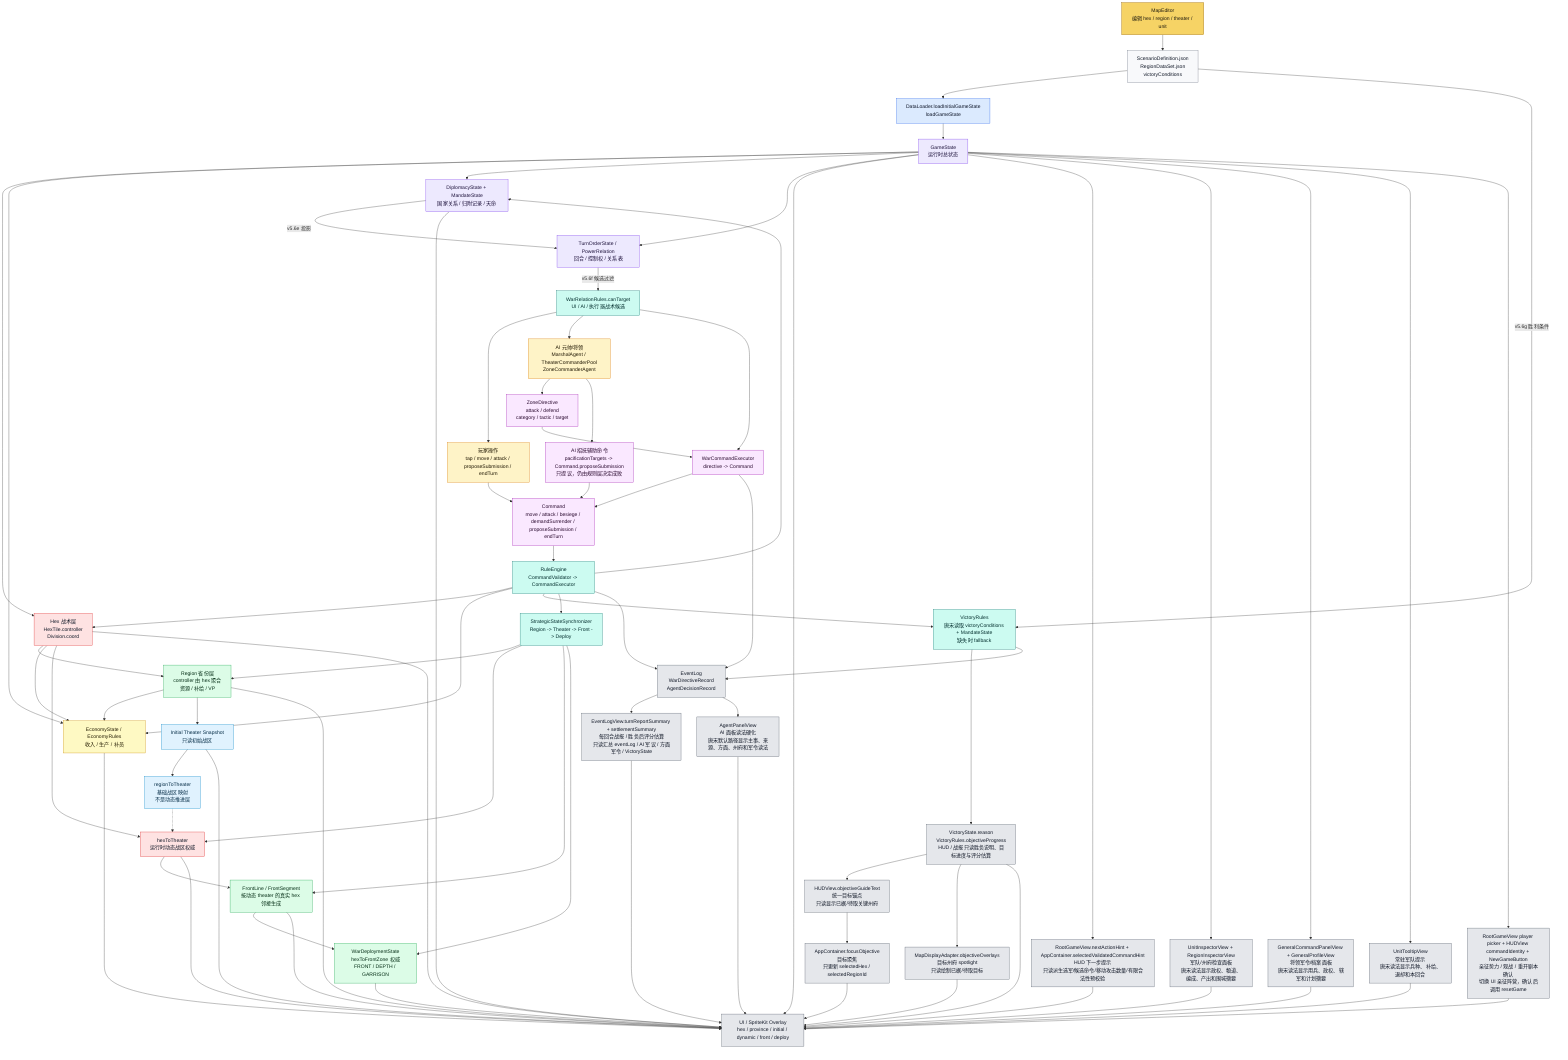
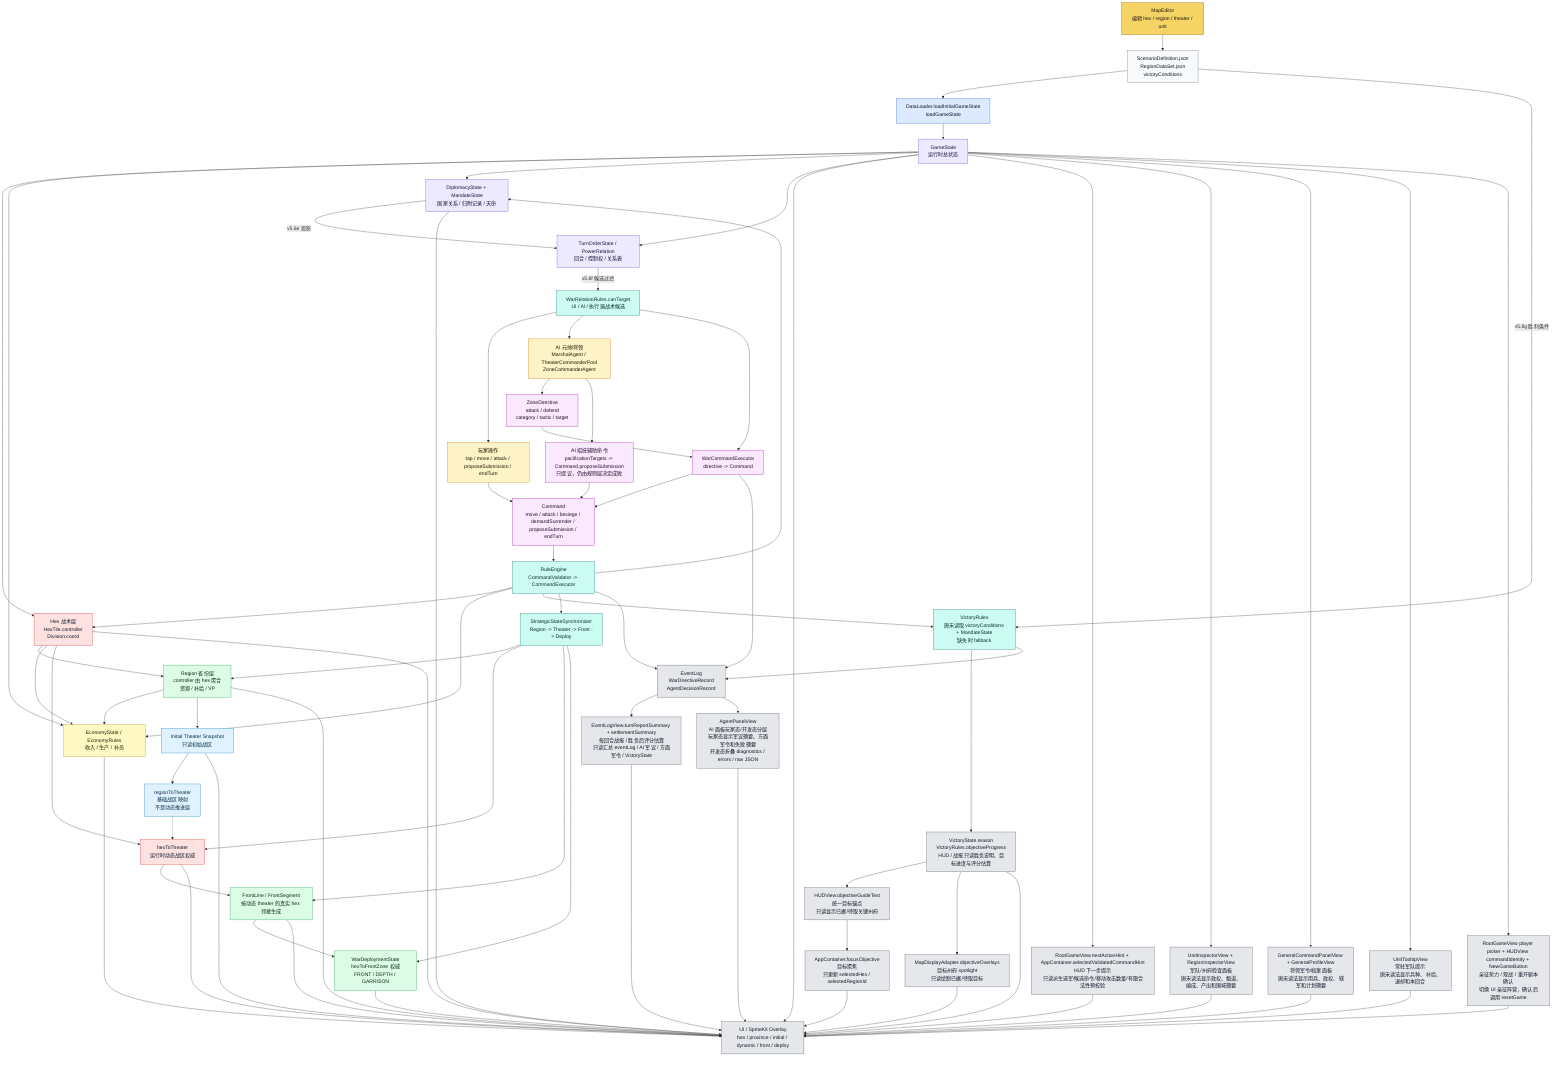
flowchart TD
    ME["MapEditor<br/>编辑 hex / region / theater / unit"]:::editor
    JSON["ScenarioDefinition.json<br/>RegionDataSet.json<br/>victoryConditions"]:::data
    DL["DataLoader.loadInitialGameState<br/>loadGameState"]:::loader
    GS["GameState<br/>运行时总状态"]:::state

    HEX["Hex 战术层<br/>HexTile.controller<br/>Division.coord"]:::authority
    REGION["Region 省份层<br/>controller 由 hex 聚合<br/>资源 / 补给 / VP"]:::derived
    INIT["Initial Theater Snapshot<br/>只读初始战区"]:::snapshot
    R2T["regionToTheater<br/>基础战区映射<br/>不是动态推进层"]:::snapshot
    H2T["hexToTheater<br/>运行时动态战区权威"]:::authority
    FRONT["FrontLine / FrontSegment<br/>按动态 theater 的真实 hex 邻接生成"]:::derived
    DEPLOY["WarDeploymentState<br/>hexToFrontZone 权威<br/>FRONT / DEPTH / GARRISON"]:::derived
    ECO["EconomyState / EconomyRules<br/>收入 / 生产 / 补员"]:::economy
    DIP["DiplomacyState + MandateState<br/>国家关系 / 归附记录 / 天命"]:::state
    TURN["TurnOrderState / PowerRelation<br/>回合 / 控制权 / 关系表"]:::state
    RELCAND["WarRelationRules.canTarget<br/>UI / AI / 执行器战术候选"]:::rules
    VICT["VictoryRules<br/>唐宋读取 victoryConditions + MandateState<br/>缺失时 fallback"]:::rules
    VICTEXT["VictoryState.reason<br/>VictoryRules.objectiveProgress<br/>HUD / 战报只读胜负说明、目标进度与评分估算"]:::ui
    GOAL["HUDView.objectiveGuideText<br/>统一目标锚点<br/>只读显示已据/待取关键州府"]:::ui
    FOCUS["AppContainer.focusObjective<br/>目标聚焦<br/>只更新 selectedHex / selectedRegionId"]:::ui
    SPOTLIGHT["MapDisplayAdapter.objectiveOverlays<br/>目标州府 spotlight<br/>只读绘制已据/待取目标"]:::ui
    TURNREPORT["EventLogView.turnReportSummary + settlementSummary<br/>每回合战报 / 胜负后评分估算<br/>只读汇总 eventLog / AI 军议 / 方面军令 / VictoryState"]:::ui
    SESSIONHUD["RootGameView player picker + HUDView commandIdentity + NewGameButton<br/>亲征势力 / 观战 / 重开剧本确认<br/>切换 UI 亲征阵营，确认后调用 resetGame"]:::ui
    HINT["RootGameView.nextActionHint + AppContainer.selectedValidatedCommandHint<br/>HUD 下一步提示<br/>只读派生选军/候选命令/移动攻击数量/有限合法性预校验"]:::ui
    INSPECT["UnitInspectorView + RegionInspectorView<br/>军队/州府检查面板<br/>唐宋读法显示政权、粮道、编成、产出和围城摘要"]:::ui
    GENPANELS["GeneralCommandPanelView + GeneralProfileView<br/>将领军令/档案面板<br/>唐宋读法显示用兵、政权、辖军和计划摘要"]:::ui
    TOOLTIP["UnitTooltipView<br/>常驻军队提示<br/>唐宋读法显示兵种、补给、退却和本回合"]:::ui
-     AIPANEL["AgentPanelView<br/>AI 面板读法硬化<br/>唐宋默认路径显示主事、来源、方面、州府和军令读法"]:::ui
+     AIPANEL["AgentPanelView<br/>AI 面板玩家态/开发态分层<br/>玩家态显示军议摘要、方面军令和失败摘要<br/>开发态折叠 diagnostics / errors / raw JSON"]:::ui

    PLAYER["玩家操作<br/>tap / move / attack / proposeSubmission / endTurn"]:::input
    AI["AI 元帅/将领<br/>MarshalAgent / TheaterCommanderPool<br/>ZoneCommanderAgent"]:::input
    AIPAC["AI 招抚辅助命令<br/>pacificationTargets -> Command.proposeSubmission<br/>只提议，仍由规则层决定成败"]:::command
    ZD["ZoneDirective<br/>attack / defend<br/>category / tactic / target"]:::command
    WCE["WarCommandExecutor<br/>directive -> Command"]:::command
    CMD["Command<br/>move / attack / besiege / demandSurrender / proposeSubmission / endTurn"]:::command
    RE["RuleEngine<br/>CommandValidator -> CommandExecutor"]:::rules
    SYNC["StrategicStateSynchronizer<br/>Region -> Theater -> Front -> Deploy"]:::rules

    UI["UI / SpriteKit Overlay<br/>hex / province / initial / dynamic / front / deploy"]:::ui
    LOG["EventLog<br/>WarDirectiveRecord<br/>AgentDecisionRecord"]:::ui

    ME --> JSON --> DL --> GS
    GS --> HEX
    HEX --> REGION
    HEX --> ECO
    REGION --> ECO
    REGION --> INIT
    INIT --> R2T
    R2T -.-> H2T
    HEX --> H2T
    H2T --> FRONT --> DEPLOY
    GS --> ECO
    GS --> DIP
    GS --> TURN
    DIP -->|v5.6e 投影| TURN
    TURN -->|v5.6f 候选过滤| RELCAND
    JSON -->|v5.6g 胜利条件| VICT

    PLAYER --> CMD
    RELCAND --> PLAYER
    RELCAND --> AI
    RELCAND --> WCE
    AI --> ZD --> WCE --> CMD
    AI --> AIPAC --> CMD
    CMD --> RE --> HEX
    RE --> ECO
    RE --> DIP
    RE --> VICT
    RE --> SYNC
    SYNC --> REGION
    SYNC --> H2T
    SYNC --> FRONT
    SYNC --> DEPLOY

    GS --> UI
    GS --> HINT --> UI
    GS --> INSPECT --> UI
    GS --> GENPANELS --> UI
    GS --> TOOLTIP --> UI
    GS --> SESSIONHUD --> UI
    VICTEXT --> GOAL --> FOCUS --> UI
    VICTEXT --> SPOTLIGHT --> UI
    HEX --> UI
    REGION --> UI
    INIT --> UI
    H2T --> UI
    FRONT --> UI
    DEPLOY --> UI
    ECO --> UI
    DIP --> UI
    VICT --> VICTEXT --> UI
    RE --> LOG
    VICT --> LOG
    WCE --> LOG
    LOG --> TURNREPORT --> UI
    LOG --> AIPANEL --> UI

    classDef editor fill:#f6d365,stroke:#8a5a00,color:#1f1b10
    classDef data fill:#f8f9fb,stroke:#6b7280,color:#111827
    classDef loader fill:#dbeafe,stroke:#2563eb,color:#0f172a
    classDef state fill:#ede9fe,stroke:#7c3aed,color:#1f143d
    classDef authority fill:#fee2e2,stroke:#dc2626,color:#111827
    classDef derived fill:#dcfce7,stroke:#16a34a,color:#052e16
    classDef snapshot fill:#e0f2fe,stroke:#0284c7,color:#082f49
    classDef input fill:#fef3c7,stroke:#d97706,color:#1f1600
    classDef economy fill:#fef9c3,stroke:#ca8a04,color:#292107
    classDef command fill:#fae8ff,stroke:#a21caf,color:#2a0a2f
    classDef rules fill:#ccfbf1,stroke:#0f766e,color:#042f2e
    classDef ui fill:#e5e7eb,stroke:#4b5563,color:#111827
